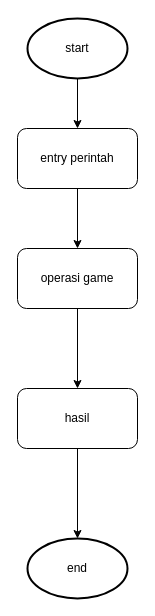
Earlier version of the draw.io diagram page "sistem" (3 of 4) of sistem Diagram.drawio (novianh/database-smt-1). Source tidied: cells renumbered, new cells numbered last; positions are measured from the earlier drawing's top-left corner, leaving out a move shared by most shapes. Both pictures are drawn from the tidied source at 100%, with x=0, y=0 at pixel (17, 18).
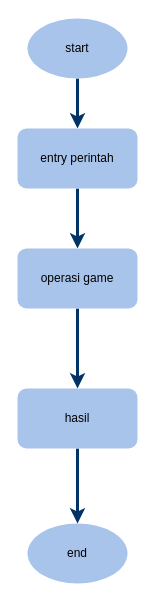
The same page after the edit.

Diff of the diagram source:
```diff
@@
 <mxGraphModel>
   <root>
     <mxCell id="0" />
     <mxCell id="1" parent="0" />
-    <mxCell id="2" style="edgeStyle=orthogonalEdgeStyle;rounded=0;jettySize=auto;html=1;" parent="1" edge="1" source="3" target="6">
+    <mxCell id="2" style="edgeStyle=orthogonalEdgeStyle;jettySize=auto;html=1;strokeColor=#003366;rounded=1;strokeWidth=3;" parent="1" edge="1" source="3" target="6">
       <mxGeometry relative="1" as="geometry" />
     </mxCell>
-    <mxCell id="3" value="start" style="strokeWidth=2;html=1;shape=mxgraph.flowchart.start_1;whiteSpace=wrap;" parent="1" vertex="1">
+    <mxCell id="3" value="start" style="strokeWidth=2;html=1;shape=mxgraph.flowchart.start_1;whiteSpace=wrap;fillColor=#A9C4EB;strokeColor=none;" parent="1" vertex="1">
       <mxGeometry x="10" width="100" height="60" as="geometry" />
     </mxCell>
-    <mxCell id="4" value="end" style="strokeWidth=2;html=1;shape=mxgraph.flowchart.start_1;whiteSpace=wrap;" parent="1" vertex="1">
-      <mxGeometry x="10" y="520" width="100" height="60" as="geometry" />
+    <mxCell id="4" value="end" style="strokeWidth=2;html=1;shape=mxgraph.flowchart.start_1;whiteSpace=wrap;fillColor=#A9C4EB;strokeColor=none;" parent="1" vertex="1">
+      <mxGeometry x="10" y="505" width="100" height="60" as="geometry" />
     </mxCell>
-    <mxCell id="5" style="edgeStyle=orthogonalEdgeStyle;rounded=0;jettySize=auto;html=1;" parent="1" edge="1" source="6" target="8">
+    <mxCell id="5" style="edgeStyle=orthogonalEdgeStyle;jettySize=auto;html=1;strokeColor=#003366;rounded=1;strokeWidth=3;" parent="1" edge="1" source="6" target="8">
       <mxGeometry relative="1" as="geometry" />
     </mxCell>
-    <mxCell id="6" value="entry perintah" style="rounded=1;whiteSpace=wrap;html=1;" parent="1" vertex="1">
+    <mxCell id="6" value="entry perintah" style="rounded=1;whiteSpace=wrap;html=1;fillColor=#A9C4EB;strokeColor=none;" parent="1" vertex="1">
       <mxGeometry y="110" width="120" height="60" as="geometry" />
     </mxCell>
-    <mxCell id="7" style="edgeStyle=orthogonalEdgeStyle;rounded=0;jettySize=auto;html=1;" parent="1" edge="1" source="8" target="10">
+    <mxCell id="7" style="edgeStyle=orthogonalEdgeStyle;jettySize=auto;html=1;strokeColor=#003366;rounded=1;strokeWidth=3;" parent="1" edge="1" source="8" target="10">
       <mxGeometry relative="1" as="geometry" />
     </mxCell>
-    <mxCell id="8" value="operasi game" style="rounded=1;whiteSpace=wrap;html=1;" parent="1" vertex="1">
+    <mxCell id="8" value="operasi game" style="rounded=1;whiteSpace=wrap;html=1;fillColor=#A9C4EB;strokeColor=none;" parent="1" vertex="1">
       <mxGeometry y="230" width="120" height="60" as="geometry" />
     </mxCell>
-    <mxCell id="9" style="edgeStyle=orthogonalEdgeStyle;rounded=0;jettySize=auto;html=1;" parent="1" edge="1" source="10" target="4">
+    <mxCell id="9" style="edgeStyle=orthogonalEdgeStyle;jettySize=auto;html=1;strokeColor=#003366;rounded=1;strokeWidth=3;" parent="1" edge="1" source="10" target="4">
       <mxGeometry relative="1" as="geometry" />
     </mxCell>
-    <mxCell id="10" value="hasil" style="rounded=1;whiteSpace=wrap;html=1;" parent="1" vertex="1">
+    <mxCell id="10" value="hasil" style="rounded=1;whiteSpace=wrap;html=1;fillColor=#A9C4EB;strokeColor=none;" parent="1" vertex="1">
       <mxGeometry y="370" width="120" height="60" as="geometry" />
     </mxCell>
   </root>
 </mxGraphModel>
```
